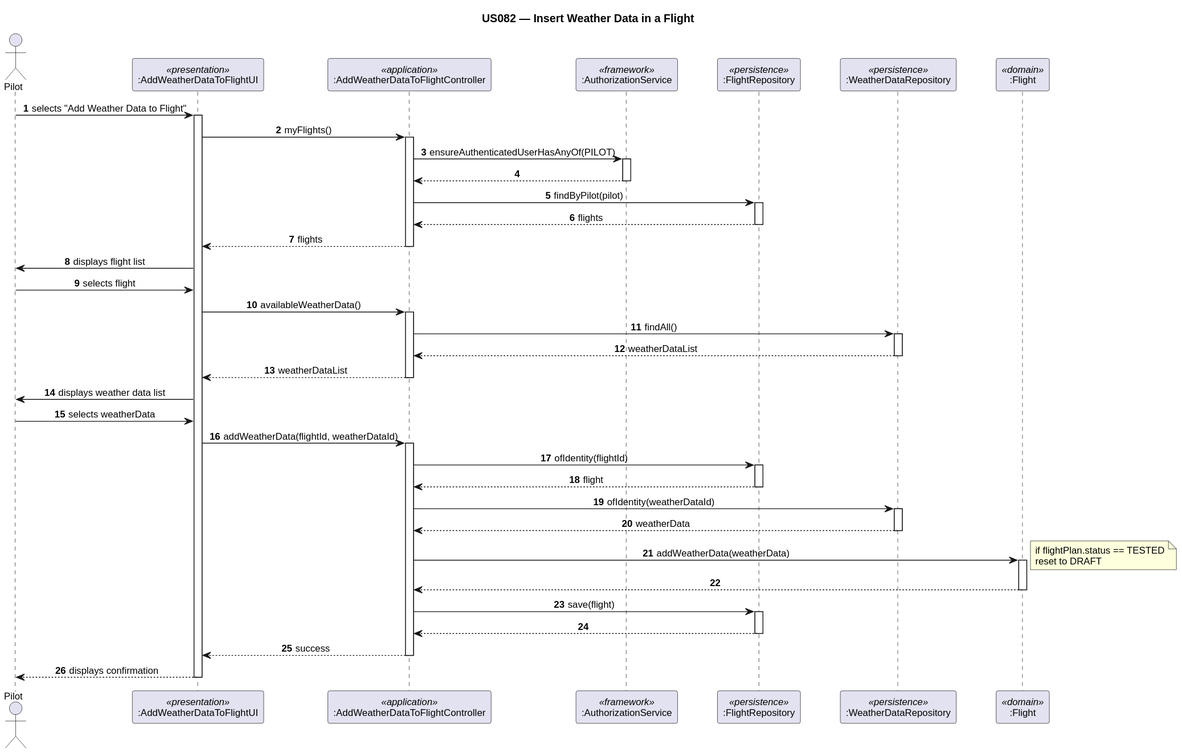
The PlantUML diagram docs/Sprint3/EAPLI/us_082/sd_us082_add_weather_data_to_flight.svg in 1240826/aisafe-flight-control, before a commit. Source of this version:
```plantuml
@startuml
title US082 — Insert Weather Data in a Flight

skinparam sequenceMessageAlign center
skinparam defaultFontName Arial
skinparam defaultFontSize 12
skinparam ParticipantPadding 20

autonumber

actor "Pilot" as actor
participant ":AddWeatherDataToFlightUI"        as ui      <<presentation>>
participant ":AddWeatherDataToFlightController" as ctrl   <<application>>
participant ":AuthorizationService"            as authz   <<framework>>
participant ":FlightRepository"                as flightRepo <<persistence>>
participant ":WeatherDataRepository"           as wdRepo  <<persistence>>
participant ":Flight"                          as flight  <<domain>>

actor -> ui : selects "Add Weather Data to Flight"
activate ui

ui -> ctrl : myFlights()
activate ctrl
ctrl -> authz : ensureAuthenticatedUserHasAnyOf(PILOT)
activate authz
authz --> ctrl
deactivate authz
ctrl -> flightRepo : findByPilot(pilot)
activate flightRepo
flightRepo --> ctrl : flights
deactivate flightRepo
ctrl --> ui : flights
deactivate ctrl

ui -> actor : displays flight list
actor -> ui : selects flight

ui -> ctrl : availableWeatherData()
activate ctrl
ctrl -> wdRepo : findAll()
activate wdRepo
wdRepo --> ctrl : weatherDataList
deactivate wdRepo
ctrl --> ui : weatherDataList
deactivate ctrl

ui -> actor : displays weather data list
actor -> ui : selects weatherData

ui -> ctrl : addWeatherData(flightId, weatherDataId)
activate ctrl

ctrl -> flightRepo : ofIdentity(flightId)
activate flightRepo
flightRepo --> ctrl : flight
deactivate flightRepo

ctrl -> wdRepo : ofIdentity(weatherDataId)
activate wdRepo
wdRepo --> ctrl : weatherData
deactivate wdRepo

ctrl -> flight : addWeatherData(weatherData)
activate flight
note right : if flightPlan.status == TESTED\nreset to DRAFT
flight --> ctrl
deactivate flight

ctrl -> flightRepo : save(flight)
activate flightRepo
flightRepo --> ctrl
deactivate flightRepo

ctrl --> ui : success
deactivate ctrl

ui --> actor : displays confirmation
deactivate ui
@enduml
```
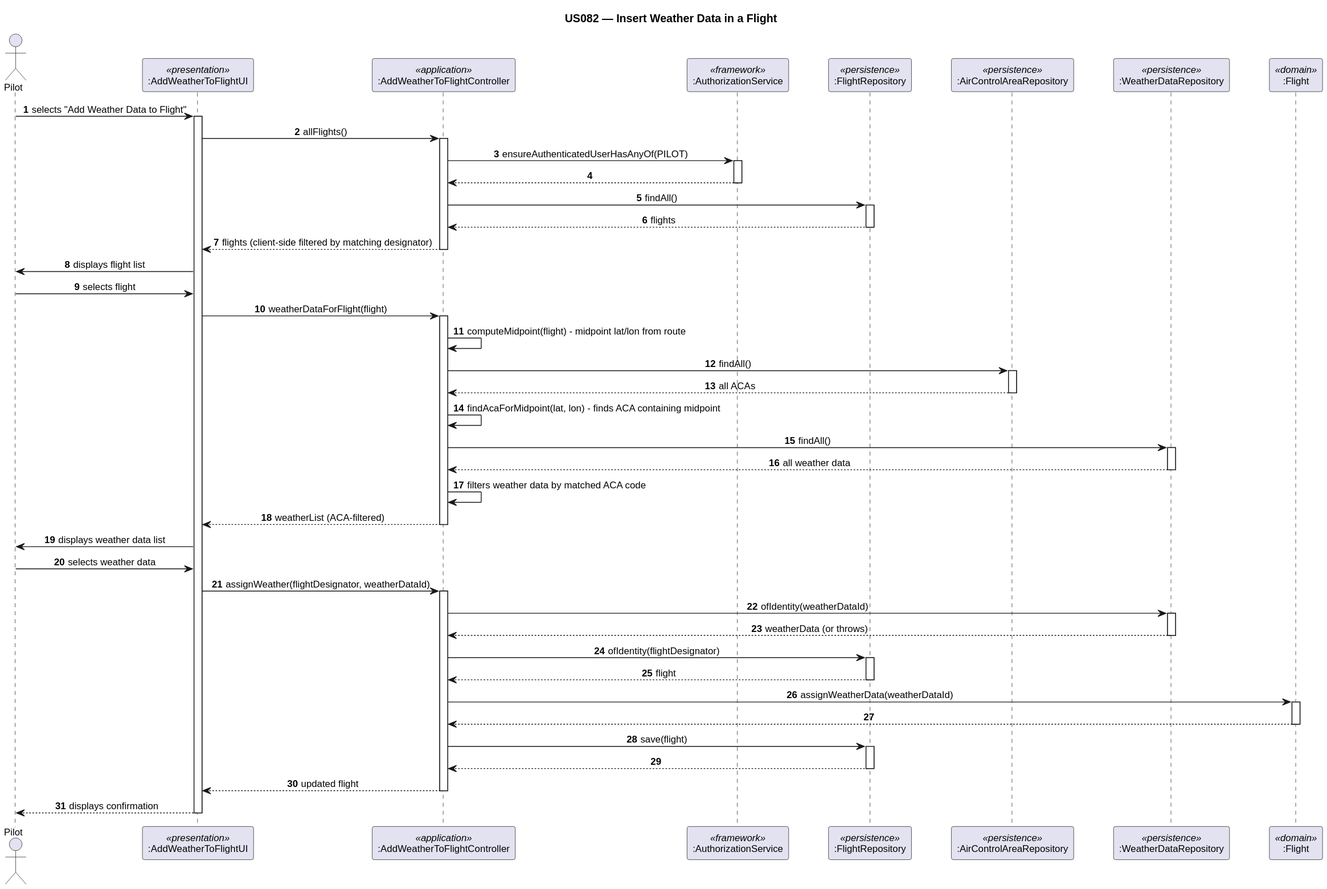
Above is the later version.

The edit, as a diff of the source:
```diff
@@ -9,60 +9,74 @@
 autonumber
 
 actor "Pilot" as actor
-participant ":AddWeatherDataToFlightUI"        as ui      <<presentation>>
-participant ":AddWeatherDataToFlightController" as ctrl   <<application>>
-participant ":AuthorizationService"            as authz   <<framework>>
-participant ":FlightRepository"                as flightRepo <<persistence>>
-participant ":WeatherDataRepository"           as wdRepo  <<persistence>>
-participant ":Flight"                          as flight  <<domain>>
+participant ":AddWeatherToFlightUI"        as ui      <<presentation>>
+participant ":AddWeatherToFlightController" as ctrl   <<application>>
+participant ":AuthorizationService"        as authz   <<framework>>
+participant ":FlightRepository"            as flightRepo <<persistence>>
+participant ":AirControlAreaRepository"    as acaRepo <<persistence>>
+participant ":WeatherDataRepository"       as wdRepo  <<persistence>>
+participant ":Flight"                      as flight  <<domain>>
 
 actor -> ui : selects "Add Weather Data to Flight"
 activate ui
 
-ui -> ctrl : myFlights()
+ui -> ctrl : allFlights()
 activate ctrl
+
 ctrl -> authz : ensureAuthenticatedUserHasAnyOf(PILOT)
 activate authz
 authz --> ctrl
 deactivate authz
-ctrl -> flightRepo : findByPilot(pilot)
+
+ctrl -> flightRepo : findAll()
 activate flightRepo
 flightRepo --> ctrl : flights
 deactivate flightRepo
-ctrl --> ui : flights
+
+ctrl --> ui : flights (client-side filtered by matching designator)
 deactivate ctrl
 
 ui -> actor : displays flight list
 actor -> ui : selects flight
 
-ui -> ctrl : availableWeatherData()
+ui -> ctrl : weatherDataForFlight(flight)
 activate ctrl
+
+ctrl -> ctrl : computeMidpoint(flight) - midpoint lat/lon from route
+ctrl -> acaRepo : findAll()
+activate acaRepo
+acaRepo --> ctrl : all ACAs
+deactivate acaRepo
+
+ctrl -> ctrl : findAcaForMidpoint(lat, lon) - finds ACA containing midpoint
+
 ctrl -> wdRepo : findAll()
 activate wdRepo
-wdRepo --> ctrl : weatherDataList
+wdRepo --> ctrl : all weather data
 deactivate wdRepo
-ctrl --> ui : weatherDataList
+
+ctrl -> ctrl : filters weather data by matched ACA code
+ctrl --> ui : weatherList (ACA-filtered)
 deactivate ctrl
 
 ui -> actor : displays weather data list
-actor -> ui : selects weatherData
+actor -> ui : selects weather data
 
-ui -> ctrl : addWeatherData(flightId, weatherDataId)
+ui -> ctrl : assignWeather(flightDesignator, weatherDataId)
 activate ctrl
 
-ctrl -> flightRepo : ofIdentity(flightId)
+ctrl -> wdRepo : ofIdentity(weatherDataId)
+activate wdRepo
+wdRepo --> ctrl : weatherData (or throws)
+deactivate wdRepo
+
+ctrl -> flightRepo : ofIdentity(flightDesignator)
 activate flightRepo
 flightRepo --> ctrl : flight
 deactivate flightRepo
 
-ctrl -> wdRepo : ofIdentity(weatherDataId)
-activate wdRepo
-wdRepo --> ctrl : weatherData
-deactivate wdRepo
-
-ctrl -> flight : addWeatherData(weatherData)
+ctrl -> flight : assignWeatherData(weatherDataId)
 activate flight
-note right : if flightPlan.status == TESTED\nreset to DRAFT
 flight --> ctrl
 deactivate flight
 
@@ -71,7 +85,7 @@
 flightRepo --> ctrl
 deactivate flightRepo
 
-ctrl --> ui : success
+ctrl --> ui : updated flight
 deactivate ctrl
 
 ui --> actor : displays confirmation
```
